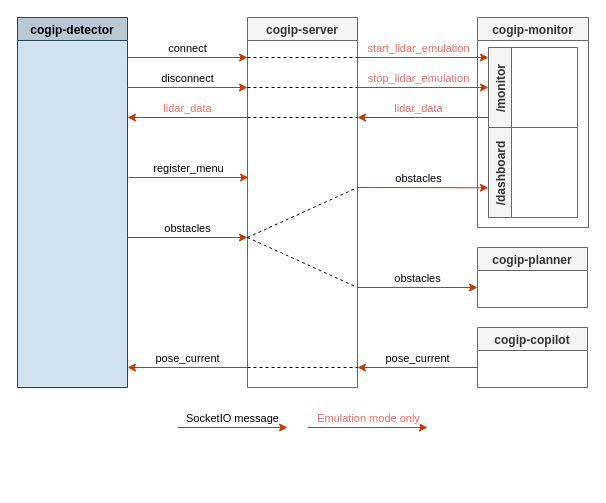
Above: page "detector" (4 of 7) of docs/img/cogip.drawio in cogip/simulation (draw.io), before the change. Source tidied: cells renumbered, new cells numbered last; positions are measured from the earlier drawing's top-left corner, leaving out a move shared by most shapes. Both pictures are drawn from the tidied source at 100%, with x=0, y=0 at pixel (17, 17).
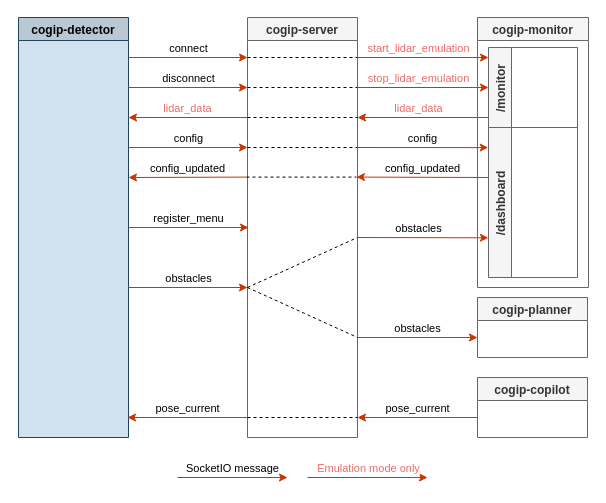
The same page after the edit.

Commit message (it also covers changes not shown here):
docs: update schemas with config data flow

Diff of the diagram source:
```diff
@@
     <mxCell id="2" value="cogip-monitor" style="swimlane;fillColor=#f5f5f5;strokeColor=#666666;fontColor=#333333;swimlaneFillColor=none;" parent="1" vertex="1">
-      <mxGeometry x="460" width="111" height="210" as="geometry" />
+      <mxGeometry x="460" width="111" height="270" as="geometry" />
     </mxCell>
@@
     <mxCell id="4" value="/dashboard" style="swimlane;horizontal=0;fontColor=#333333;fillColor=#f5f5f5;strokeColor=#666666;" parent="2" vertex="1">
-      <mxGeometry x="11" y="110" width="89" height="90" as="geometry" />
+      <mxGeometry x="11" y="110" width="89" height="150" as="geometry" />
     </mxCell>
     <mxCell id="5" value="cogip-detector" style="swimlane;fillColor=#bac8d3;strokeColor=#23445d;swimlaneFillColor=#D1E1ED;" parent="1" vertex="1">
-      <mxGeometry width="110" height="370" as="geometry" />
+      <mxGeometry x="1" width="110" height="420" as="geometry" />
     </mxCell>
     <mxCell id="6" value="cogip-server" style="swimlane;fillColor=#f5f5f5;fontColor=#333333;strokeColor=#666666;" parent="1" vertex="1">
-      <mxGeometry x="230" width="110" height="370" as="geometry" />
+      <mxGeometry x="230" width="110" height="420" as="geometry" />
     </mxCell>
@@
     <mxCell id="10" style="endArrow=none;dashed=1;html=1;rounded=0;" parent="6" edge="1">
       <mxGeometry relative="1" as="geometry">
-        <mxPoint y="350" as="sourcePoint" />
-        <mxPoint x="110" y="350" as="targetPoint" />
+        <mxPoint y="400" as="sourcePoint" />
+        <mxPoint x="110" y="400" as="targetPoint" />
       </mxGeometry>
     </mxCell>
     <mxCell id="11" style="endArrow=none;dashed=1;html=1;rounded=0;" parent="6" edge="1">
       <mxGeometry relative="1" as="geometry">
-        <mxPoint y="220" as="sourcePoint" />
-        <mxPoint x="110" y="170" as="targetPoint" />
+        <mxPoint y="270" as="sourcePoint" />
+        <mxPoint x="110" y="220" as="targetPoint" />
       </mxGeometry>
     </mxCell>
     <mxCell id="12" style="endArrow=none;dashed=1;html=1;rounded=0;" parent="6" edge="1">
       <mxGeometry relative="1" as="geometry">
-        <mxPoint y="220" as="sourcePoint" />
-        <mxPoint x="110" y="270" as="targetPoint" />
+        <mxPoint y="270" as="sourcePoint" />
+        <mxPoint x="110" y="320" as="targetPoint" />
       </mxGeometry>
     </mxCell>
+    <mxCell id="29" style="endArrow=none;dashed=1;html=1;rounded=0;" parent="6" edge="1">
+      <mxGeometry relative="1" as="geometry">
+        <mxPoint y="130" as="sourcePoint" />
+        <mxPoint x="110" y="130" as="targetPoint" />
+      </mxGeometry>
+    </mxCell>
+    <mxCell id="30" value="config" style="endArrow=classic;html=1;rounded=0;verticalAlign=bottom;snapToPoint=1;fillColor=#fa6800;strokeColor=#C73500;entryX=-0.003;entryY=0.134;entryDx=0;entryDy=0;entryPerimeter=0;" parent="6" edge="1" target="4">
+      <mxGeometry relative="1" as="geometry">
+        <mxPoint x="110" y="130" as="sourcePoint" />
+      </mxGeometry>
+    </mxCell>
+    <mxCell id="31" style="endArrow=none;dashed=1;html=1;rounded=0;" parent="6" edge="1">
+      <mxGeometry relative="1" as="geometry">
+        <mxPoint x="-1" y="159.6" as="sourcePoint" />
+        <mxPoint x="109" y="159.6" as="targetPoint" />
+      </mxGeometry>
+    </mxCell>
+    <mxCell id="32" value="config_updated" style="endArrow=classic;html=1;rounded=0;verticalAlign=bottom;fillColor=#fa6800;strokeColor=#C73500;" parent="6" edge="1">
+      <mxGeometry relative="1" as="geometry">
+        <mxPoint x="241" y="160" as="sourcePoint" />
+        <mxPoint x="109" y="159.6" as="targetPoint" />
+      </mxGeometry>
+    </mxCell>
     <mxCell id="13" value="cogip-copilot" style="swimlane;fillColor=#f5f5f5;fontColor=#333333;strokeColor=#666666;" parent="1" vertex="1">
-      <mxGeometry x="460" y="310" width="110" height="60" as="geometry" />
+      <mxGeometry x="460" y="360" width="110" height="60" as="geometry" />
     </mxCell>
     <mxCell id="14" value="pose_current" style="endArrow=classic;html=1;rounded=0;verticalAlign=bottom;fillColor=#fa6800;strokeColor=#C73500;" parent="1" edge="1">
       <mxGeometry relative="1" as="geometry">
-        <mxPoint x="230" y="350" as="sourcePoint" />
-        <mxPoint x="110" y="350" as="targetPoint" />
+        <mxPoint x="230" y="400" as="sourcePoint" />
+        <mxPoint x="110" y="400" as="targetPoint" />
       </mxGeometry>
     </mxCell>
     <mxCell id="15" value="lidar_data" style="endArrow=classic;html=1;rounded=0;verticalAlign=bottom;fontColor=#EA6B66;fillColor=#fa6800;strokeColor=#C73500;" parent="1" edge="1">
       <mxGeometry relative="1" as="geometry">
         <mxPoint x="230" y="100" as="sourcePoint" />
-        <mxPoint x="110" y="100" as="targetPoint" />
+        <mxPoint x="111" y="100" as="targetPoint" />
       </mxGeometry>
     </mxCell>
     <mxCell id="16" value="&lt;font color=&quot;#000000&quot;&gt;connect&lt;/font&gt;" style="endArrow=classic;html=1;rounded=0;verticalAlign=bottom;fontColor=#EA6B66;fillColor=#fa6800;strokeColor=#C73500;" parent="1" edge="1">
       <mxGeometry relative="1" as="geometry">
-        <mxPoint x="110" y="40" as="sourcePoint" />
+        <mxPoint x="111" y="40" as="sourcePoint" />
         <mxPoint x="230" y="40" as="targetPoint" />
       </mxGeometry>
     </mxCell>
     <mxCell id="17" value="obstacles" style="endArrow=classic;html=1;rounded=0;verticalAlign=bottom;snapToPoint=1;fillColor=#fa6800;strokeColor=#C73500;" parent="1" edge="1">
       <mxGeometry relative="1" as="geometry">
-        <mxPoint x="110" y="220" as="sourcePoint" />
-        <mxPoint x="230" y="220" as="targetPoint" />
+        <mxPoint x="111" y="270" as="sourcePoint" />
+        <mxPoint x="230" y="270" as="targetPoint" />
       </mxGeometry>
     </mxCell>
@@
     <mxCell id="20" value="&lt;font color=&quot;#000000&quot;&gt;disconnect&lt;/font&gt;" style="endArrow=classic;html=1;rounded=0;verticalAlign=bottom;fontColor=#EA6B66;fillColor=#fa6800;strokeColor=#C73500;" parent="1" edge="1">
       <mxGeometry relative="1" as="geometry">
-        <mxPoint x="110" y="70" as="sourcePoint" />
+        <mxPoint x="111" y="70" as="sourcePoint" />
         <mxPoint x="230" y="70" as="targetPoint" />
       </mxGeometry>
     </mxCell>
@@
     <mxCell id="22" value="cogip-planner" style="swimlane;fillColor=#f5f5f5;fontColor=#333333;strokeColor=#666666;" parent="1" vertex="1">
-      <mxGeometry x="460" y="230" width="110" height="60" as="geometry" />
+      <mxGeometry x="460" y="280" width="110" height="60" as="geometry" />
     </mxCell>
     <mxCell id="23" value="pose_current" style="endArrow=classic;html=1;rounded=0;verticalAlign=bottom;fillColor=#fa6800;strokeColor=#C73500;" parent="1" edge="1">
       <mxGeometry relative="1" as="geometry">
-        <mxPoint x="460" y="350" as="sourcePoint" />
-        <mxPoint x="340" y="350" as="targetPoint" />
+        <mxPoint x="460" y="400" as="sourcePoint" />
+        <mxPoint x="340" y="400" as="targetPoint" />
       </mxGeometry>
     </mxCell>
     <mxCell id="24" value="obstacles" style="endArrow=classic;html=1;rounded=0;verticalAlign=bottom;snapToPoint=1;fillColor=#fa6800;strokeColor=#C73500;" parent="1" edge="1">
       <mxGeometry relative="1" as="geometry">
-        <mxPoint x="340" y="270" as="sourcePoint" />
-        <mxPoint x="460" y="270" as="targetPoint" />
+        <mxPoint x="340" y="320" as="sourcePoint" />
+        <mxPoint x="460" y="320" as="targetPoint" />
       </mxGeometry>
     </mxCell>
     <mxCell id="25" value="SocketIO message" style="endArrow=classic;html=1;rounded=0;verticalAlign=bottom;strokeColor=#C73500;fillColor=#fa6800;" parent="1" edge="1">
       <mxGeometry relative="1" as="geometry">
-        <mxPoint x="160" y="410" as="sourcePoint" />
-        <mxPoint x="270" y="410" as="targetPoint" />
+        <mxPoint x="160" y="460" as="sourcePoint" />
+        <mxPoint x="270" y="460" as="targetPoint" />
       </mxGeometry>
     </mxCell>
     <mxCell id="26" value="Emulation mode only" style="endArrow=classic;html=1;rounded=0;verticalAlign=bottom;fontColor=#EA6B66;fillColor=#fa6800;strokeColor=#C73500;" parent="1" edge="1">
       <mxGeometry x="0.02" relative="1" as="geometry">
-        <mxPoint x="290" y="410" as="sourcePoint" />
-        <mxPoint x="410" y="410" as="targetPoint" />
+        <mxPoint x="290" y="460" as="sourcePoint" />
+        <mxPoint x="410" y="460" as="targetPoint" />
       </mxGeometry>
     </mxCell>
-    <mxCell id="27" value="obstacles" style="endArrow=classic;html=1;rounded=0;verticalAlign=bottom;snapToPoint=1;fillColor=#fa6800;strokeColor=#C73500;entryX=-0.001;entryY=0.67;entryDx=0;entryDy=0;entryPerimeter=0;" parent="1" edge="1" target="4">
+    <mxCell id="27" value="obstacles" style="endArrow=classic;html=1;rounded=0;verticalAlign=bottom;snapToPoint=1;fillColor=#fa6800;strokeColor=#C73500;entryX=-0.001;entryY=0.67;entryDx=0;entryDy=0;entryPerimeter=0;" parent="1" edge="1">
       <mxGeometry x="-0.07" relative="1" as="geometry">
-        <mxPoint x="340" y="170" as="sourcePoint" />
+        <mxPoint x="340" y="220" as="sourcePoint" />
+        <mxPoint x="470.9" y="220.3" as="targetPoint" />
       </mxGeometry>
     </mxCell>
     <mxCell id="28" value="register_menu" style="endArrow=classic;html=1;rounded=0;verticalAlign=bottom;fillColor=#fa6800;strokeColor=#C73500;" parent="1" edge="1">
       <mxGeometry relative="1" as="geometry">
-        <mxPoint x="111" y="160" as="sourcePoint" />
-        <mxPoint x="231" y="160" as="targetPoint" />
+        <mxPoint x="111" y="210" as="sourcePoint" />
+        <mxPoint x="231" y="210" as="targetPoint" />
       </mxGeometry>
     </mxCell>
+    <mxCell id="33" value="config" style="endArrow=classic;html=1;rounded=0;verticalAlign=bottom;snapToPoint=1;fillColor=#fa6800;strokeColor=#C73500;" parent="1" edge="1">
+      <mxGeometry relative="1" as="geometry">
+        <mxPoint x="111" y="130" as="sourcePoint" />
+        <mxPoint x="230" y="130" as="targetPoint" />
+      </mxGeometry>
+    </mxCell>
+    <mxCell id="34" value="config_updated" style="endArrow=classic;html=1;rounded=0;verticalAlign=bottom;fillColor=#fa6800;strokeColor=#C73500;" parent="1" edge="1">
+      <mxGeometry relative="1" as="geometry">
+        <mxPoint x="229" y="159.6" as="sourcePoint" />
+        <mxPoint x="111" y="160" as="targetPoint" />
+      </mxGeometry>
+    </mxCell>
```
